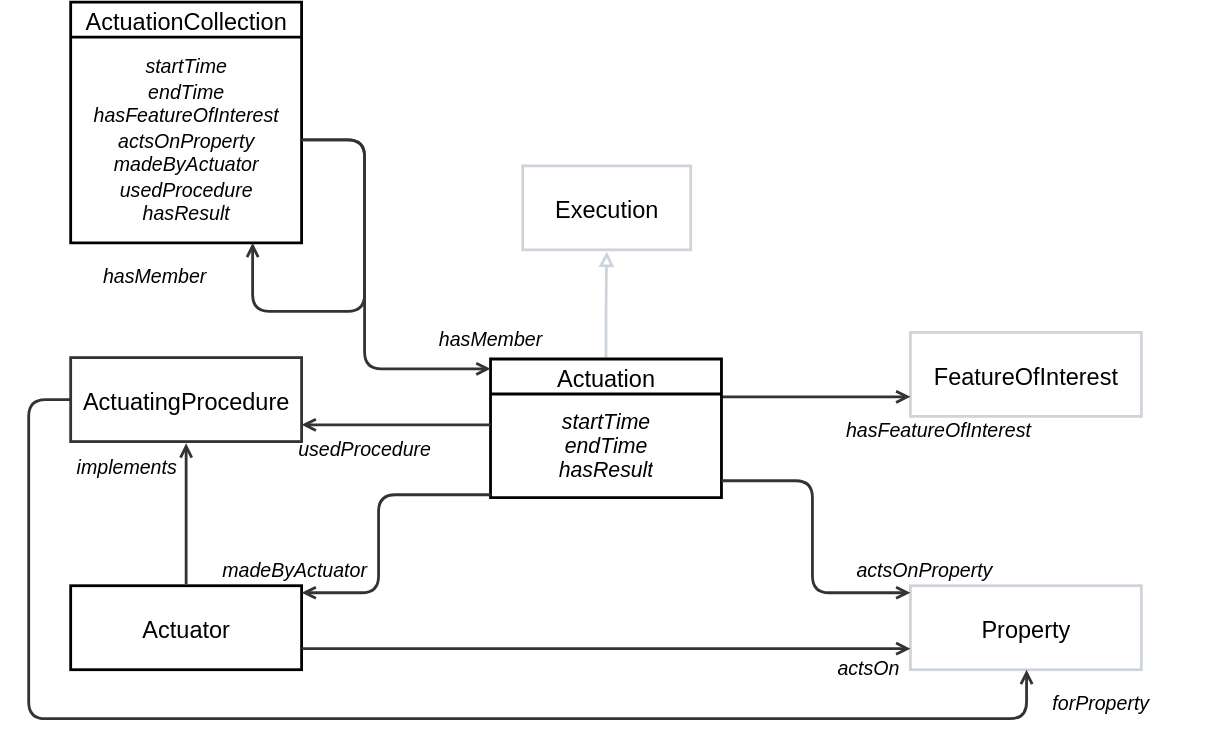
Before: ssn/images/Actuation.svg, a diagram exported from draw.io (afeliachi/sdw-sosa-ssn). Source tidied: cells renumbered, new cells last; positions are measured from the earlier drawing's top-left corner, leaving out a move shared by most shapes.
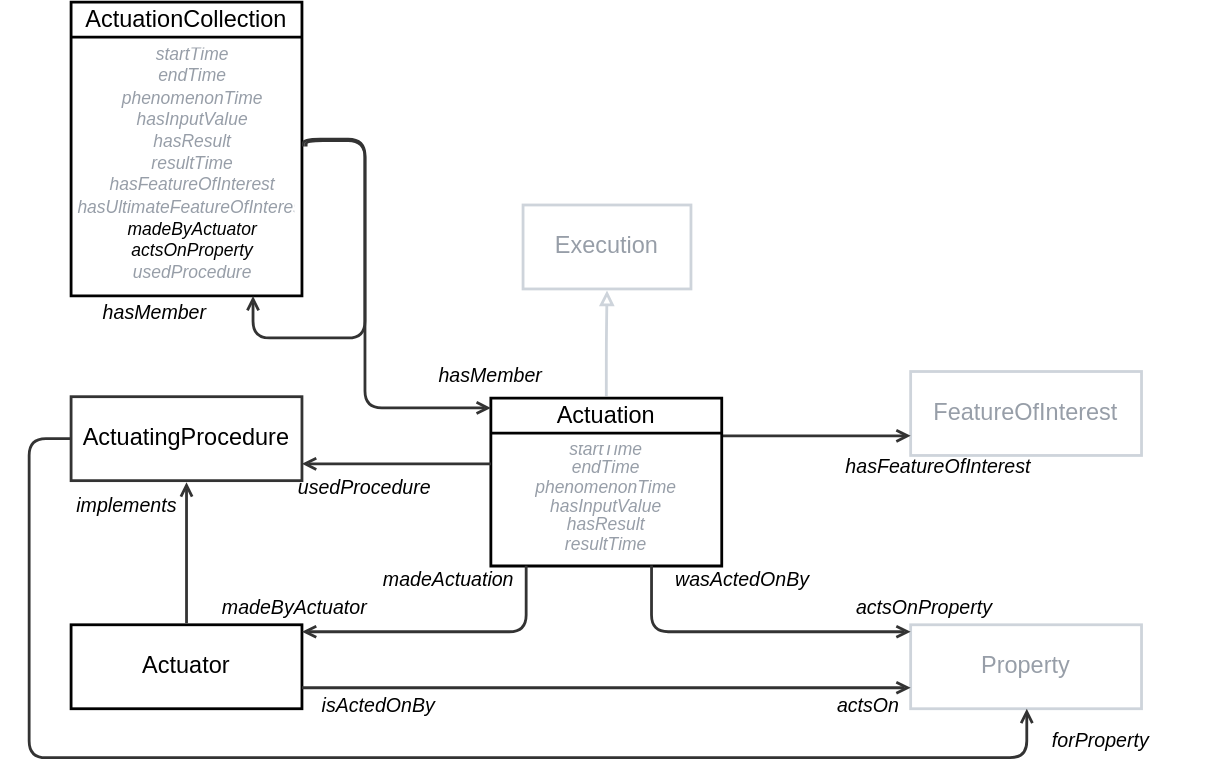
Above is the later version.

Commit message:
black/grey for defined inside/outside section, and  add missing properties

Diff of the diagram source:
```diff
@@ -5,7 +5,7 @@
     <mxCell id="2" style="html=1;jettySize=18;whiteSpace=wrap;fontSize=13;strokeColor=#ced4db;strokeOpacity=100;strokeWidth=2;rounded=1;arcSize=24;edgeStyle=orthogonalEdgeStyle;startArrow=none;exitX=0.5;exitY=-0.011;exitPerimeter=0;entryX=0.5;entryY=1.019;entryPerimeter=0;lucidId=aH7gLFh9nN79;endArrow=block;endFill=0;fontColor=default;convertToSvg=1;" parent="1" edge="1" source="7" target="17">
       <mxGeometry relative="1" as="geometry" />
     </mxCell>
-    <mxCell id="3" value="FeatureOfInterest" style="html=1;overflow=block;blockSpacing=1;whiteSpace=wrap;fontSize=16.8;fontColor=default;align=center;spacing=0;strokeColor=#ced4db;strokeOpacity=100;fillOpacity=100;fillColor=none;strokeWidth=2;convertToSvg=1;" parent="1" vertex="1">
+    <mxCell id="3" value="FeatureOfInterest" style="html=1;overflow=block;blockSpacing=1;whiteSpace=wrap;fontSize=16.8;fontColor=#979EA8;align=center;spacing=0;strokeColor=#ced4db;strokeOpacity=100;fillOpacity=100;fillColor=none;strokeWidth=2;convertToSvg=1;" parent="1" vertex="1">
       <mxGeometry x="650" y="236" width="165" height="60" as="geometry" />
     </mxCell>
     <mxCell id="4" value="ActuatingProcedure" style="html=1;overflow=block;blockSpacing=1;whiteSpace=wrap;fontSize=16.8;align=center;spacing=0;strokeColor=#333333;strokeOpacity=100;fillOpacity=100;fillColor=none;strokeWidth=2;fontColor=default;convertToSvg=1;" parent="1" vertex="1">
@@ -22,20 +22,19 @@
     <mxCell id="6" value="hasFeatureOfInterest" style="html=1;overflow=block;blockSpacing=1;whiteSpace=wrap;fontSize=14;fontStyle=2;align=center;spacing=0;strokeColor=none;strokeOpacity=100;fillOpacity=100;fillColor=none;strokeWidth=2;lucidId=o17gQQJ62XIS;fontColor=default;convertToSvg=1;" parent="1" vertex="1">
       <mxGeometry x="580" y="282" width="180" height="45" as="geometry" />
     </mxCell>
-    <mxCell id="7" value="Actuation" style="html=1;overflow=block;blockSpacing=1;swimlane;horizontal=1;fontStyle=0;swimlaneFillColor=none;startSize=25;whiteSpace=wrap;fontSize=16.8;align=center;spacing=0;strokeOpacity=100;fillColor=none;strokeWidth=2;fontColor=default;convertToSvg=1;" parent="1" vertex="1">
-      <mxGeometry x="350" y="255" width="165" height="99" as="geometry" />
+    <mxCell id="7" value="Actuation" style="html=1;overflow=block;blockSpacing=1;swimlane;horizontal=1;fontStyle=0;swimlaneFillColor=none;startSize=25;whiteSpace=wrap;fontSize=16.8;align=center;spacing=0;strokeOpacity=100;fillColor=none;strokeWidth=2;fontColor=default;convertToSvg=1;swimlaneLine=1;spacingTop=0;" parent="1" vertex="1">
+      <mxGeometry x="350" y="255" width="165" height="120" as="geometry" />
     </mxCell>
-    <mxCell id="8" value="&lt;div style=&quot;display: flex; justify-content: center; text-align: center; align-items: baseline; font-size: 0; line-height: 1.25;margin-top: -2px;&quot;&gt;&lt;span&gt;&lt;span style=&quot;font-size:15.2px;font-style: italic;&quot;&gt;startTime&#10;&lt;/span&gt;&lt;/span&gt;&lt;/div&gt;&lt;div style=&quot;display: flex; justify-content: center; text-align: center; align-items: baseline; font-size: 0; line-height: 1.25;margin-top: -2px;&quot;&gt;&lt;span&gt;&lt;span style=&quot;font-size:15.2px;font-style: italic;&quot;&gt;endTime&#10;&lt;/span&gt;&lt;/span&gt;&lt;/div&gt;&lt;div style=&quot;display: flex; justify-content: center; text-align: center; align-items: baseline; font-size: 0; line-height: 1.25;margin-top: -2px;&quot;&gt;&lt;span&gt;&lt;span style=&quot;font-size:15.2px;font-style: italic;&quot;&gt;hasResult&lt;/span&gt;&lt;/span&gt;&lt;/div&gt;" style="html=1;strokeColor=none;fillColor=none;verticalAlign=middle;spacingLeft=4;spacingRight=4;overflow=hidden;points=[[0,0.5],[1,0.5]];portConstraint=eastwest;swimlaneFillColor=none;strokeOpacity=100;whiteSpace=wrap;fontSize=15.2;fontStyle=2;align=center;strokeWidth=2;fontColor=default;convertToSvg=1;" parent="7" vertex="1">
-      <mxGeometry y="25" width="165" height="74" as="geometry" />
+    <mxCell id="8" value="&lt;div style=&quot;display: flex; justify-content: center; text-align: center; align-items: baseline; font-size: 0; line-height: 1.25;margin-top: -2px;&quot;&gt;&lt;span&gt;&lt;div style=&quot;border-color: var(--border-color); display: flex; justify-content: center; align-items: baseline; line-height: 1.25; margin-top: -2px; font-size: 12.5px;&quot;&gt;&lt;font style=&quot;border-color: var(--border-color);&quot;&gt;&lt;span style=&quot;background-color: initial; color: rgb(151, 158, 168);&quot;&gt;startTime&lt;/span&gt;&lt;/font&gt;&lt;/div&gt;&lt;div style=&quot;border-color: var(--border-color); display: flex; justify-content: center; align-items: baseline; line-height: 1.25; margin-top: -2px; font-size: 12.5px;&quot;&gt;&lt;font style=&quot;border-color: var(--border-color);&quot;&gt;&lt;font color=&quot;#979ea8&quot; style=&quot;border-color: var(--border-color);&quot;&gt;endTime&lt;/font&gt;&lt;/font&gt;&lt;/div&gt;&lt;div style=&quot;border-color: var(--border-color); display: flex; justify-content: center; align-items: baseline; line-height: 1.25; margin-top: -2px; font-size: 12.5px;&quot;&gt;&lt;font style=&quot;border-color: var(--border-color);&quot;&gt;&lt;font color=&quot;#979ea8&quot; style=&quot;border-color: var(--border-color);&quot;&gt;phenomenonTime&lt;/font&gt;&lt;/font&gt;&lt;/div&gt;&lt;div style=&quot;border-color: var(--border-color); display: flex; justify-content: center; align-items: baseline; line-height: 1.25; margin-top: -2px; font-size: 12.5px;&quot;&gt;&lt;font style=&quot;border-color: var(--border-color);&quot;&gt;&lt;font color=&quot;#979ea8&quot; style=&quot;border-color: var(--border-color);&quot;&gt;hasInputValue&lt;/font&gt;&lt;/font&gt;&lt;/div&gt;&lt;div style=&quot;border-color: var(--border-color); display: flex; justify-content: center; align-items: baseline; line-height: 1.25; margin-top: -2px; font-size: 12.5px;&quot;&gt;&lt;font style=&quot;border-color: var(--border-color);&quot;&gt;&lt;font color=&quot;#979ea8&quot; style=&quot;border-color: var(--border-color);&quot;&gt;hasResult&lt;/font&gt;&lt;/font&gt;&lt;/div&gt;&lt;div style=&quot;border-color: var(--border-color); display: flex; justify-content: center; align-items: baseline; line-height: 1.25; margin-top: -2px; font-size: 12.5px;&quot;&gt;&lt;font style=&quot;border-color: var(--border-color);&quot;&gt;&lt;font color=&quot;#979ea8&quot; style=&quot;border-color: var(--border-color);&quot;&gt;resultTime&lt;/font&gt;&lt;/font&gt;&lt;/div&gt;&lt;/span&gt;&lt;/div&gt;" style="html=1;strokeColor=none;fillColor=none;verticalAlign=middle;spacingLeft=4;spacingRight=4;overflow=hidden;points=[[0,0.5],[1,0.5]];portConstraint=eastwest;swimlaneFillColor=none;strokeOpacity=100;whiteSpace=wrap;fontSize=15.2;fontStyle=2;align=center;strokeWidth=2;fontColor=default;convertToSvg=1;" parent="7" vertex="1">
+      <mxGeometry y="25" width="165" height="95" as="geometry" />
     </mxCell>
     <mxCell id="9" value="Actuator" style="html=1;overflow=block;blockSpacing=1;whiteSpace=wrap;fontSize=16.8;align=center;spacing=0;strokeOpacity=100;fillColor=none;strokeWidth=2;swimlaneFillColor=none;fontColor=default;convertToSvg=1;" parent="1" vertex="1">
       <mxGeometry x="50" y="417" width="165" height="60" as="geometry" />
     </mxCell>
-    <mxCell id="10" style="html=1;jettySize=18;whiteSpace=wrap;fontSize=13;strokeColor=#333333;strokeOpacity=100;strokeWidth=2;rounded=1;arcSize=24;edgeStyle=orthogonalEdgeStyle;startArrow=none;endArrow=open;lucidId=pEnhoM4dJrAu;fontColor=default;convertToSvg=1;" parent="1" edge="1" source="8" target="9">
+    <mxCell id="10" style="html=1;jettySize=18;whiteSpace=wrap;fontSize=13;strokeColor=#333333;strokeOpacity=100;strokeWidth=2;rounded=1;arcSize=24;edgeStyle=orthogonalEdgeStyle;startArrow=none;endArrow=open;lucidId=pEnhoM4dJrAu;fontColor=default;convertToSvg=1;exitX=0.153;exitY=0.998;exitDx=0;exitDy=0;exitPerimeter=0;" parent="1" edge="1" source="8" target="9">
       <mxGeometry relative="1" as="geometry">
         <Array as="points">
-          <mxPoint x="270" y="352" />
-          <mxPoint x="270" y="422" />
+          <mxPoint x="375" y="422" />
         </Array>
       </mxGeometry>
     </mxCell>
@@ -53,42 +52,42 @@
     <mxCell id="13" value="usedProcedure" style="html=1;overflow=block;blockSpacing=1;whiteSpace=wrap;fontSize=14;fontStyle=2;align=center;spacing=0;strokeColor=none;strokeOpacity=100;fillOpacity=100;fillColor=none;strokeWidth=2;lucidId=pFnhXCzcV6r5;fontColor=default;convertToSvg=1;" parent="1" vertex="1">
       <mxGeometry x="170" y="296" width="180" height="45" as="geometry" />
     </mxCell>
-    <mxCell id="14" value="Property" style="html=1;overflow=block;blockSpacing=1;whiteSpace=wrap;fontSize=16.8;align=center;spacing=0;strokeColor=#ced4db;strokeOpacity=100;fillOpacity=100;fillColor=none;strokeWidth=2;fontColor=default;convertToSvg=1;" parent="1" vertex="1">
+    <mxCell id="14" value="Property" style="html=1;overflow=block;blockSpacing=1;whiteSpace=wrap;fontSize=16.8;align=center;spacing=0;strokeColor=#ced4db;strokeOpacity=100;fillOpacity=100;fillColor=none;strokeWidth=2;fontColor=#979EA8;convertToSvg=1;" parent="1" vertex="1">
       <mxGeometry x="650" y="417" width="165" height="60" as="geometry" />
     </mxCell>
-    <mxCell id="15" style="html=1;jettySize=18;whiteSpace=wrap;fontSize=13;strokeColor=#333333;strokeOpacity=100;strokeWidth=2;rounded=1;arcSize=24;edgeStyle=orthogonalEdgeStyle;startArrow=none;endArrow=open;lucidId=rHnhzhYCxNac;fontColor=default;convertToSvg=1;" parent="1" edge="1" source="8" target="14">
+    <mxCell id="15" style="html=1;jettySize=18;whiteSpace=wrap;fontSize=13;strokeColor=#333333;strokeOpacity=100;strokeWidth=2;rounded=1;arcSize=24;edgeStyle=orthogonalEdgeStyle;startArrow=none;endArrow=open;lucidId=rHnhzhYCxNac;fontColor=default;convertToSvg=1;exitX=0.696;exitY=0.997;exitDx=0;exitDy=0;exitPerimeter=0;" parent="1" edge="1" source="8" target="14">
       <mxGeometry relative="1" as="geometry">
         <Array as="points">
-          <mxPoint x="580" y="342" />
-          <mxPoint x="580" y="422" />
+          <mxPoint x="465" y="422" />
         </Array>
       </mxGeometry>
     </mxCell>
     <mxCell id="16" value="actsOnProperty" style="html=1;overflow=block;blockSpacing=1;whiteSpace=wrap;fontSize=14;fontColor=default;fontStyle=2;align=center;spacing=0;strokeColor=none;strokeOpacity=100;fillOpacity=100;fillColor=none;strokeWidth=2;lucidId=uHnhI1piTKAt;convertToSvg=1;" parent="1" vertex="1">
       <mxGeometry x="570" y="382" width="180" height="45" as="geometry" />
     </mxCell>
-    <mxCell id="17" value="Execution" style="html=1;overflow=block;blockSpacing=1;whiteSpace=wrap;fontSize=16.8;align=center;spacing=0;strokeColor=#ced4db;strokeOpacity=100;fillOpacity=100;fillColor=none;strokeWidth=2;fontColor=default;convertToSvg=1;" parent="1" vertex="1">
+    <mxCell id="17" value="Execution" style="html=1;overflow=block;blockSpacing=1;whiteSpace=wrap;fontSize=16.8;align=center;spacing=0;strokeColor=#ced4db;strokeOpacity=100;fillOpacity=100;fillColor=none;strokeWidth=2;fontColor=#979EA8;convertToSvg=1;" parent="1" vertex="1">
       <mxGeometry x="373" y="117" width="120" height="60" as="geometry" />
     </mxCell>
     <mxCell id="18" value="ActuationCollection" style="html=1;overflow=block;blockSpacing=1;swimlane;horizontal=1;fontStyle=0;swimlaneFillColor=none;startSize=25;whiteSpace=wrap;fontSize=16.8;align=center;spacing=0;strokeOpacity=100;fillColor=none;strokeWidth=2;fontColor=default;convertToSvg=1;" parent="1" vertex="1">
-      <mxGeometry x="50" width="165" height="172" as="geometry" />
+      <mxGeometry x="50" y="-28" width="165" height="210" as="geometry" />
     </mxCell>
-    <mxCell id="19" value="&lt;div style=&quot;display: flex; justify-content: center; text-align: center; align-items: baseline; line-height: 1.25; margin-top: -2px;&quot;&gt;&lt;span style=&quot;font-style: italic;&quot;&gt;&lt;font style=&quot;font-size: 14px;&quot;&gt;startTime&lt;br&gt;&lt;/font&gt;&lt;/span&gt;&lt;/div&gt;&lt;div style=&quot;display: flex; justify-content: center; text-align: center; align-items: baseline; line-height: 1.25; margin-top: -2px;&quot;&gt;&lt;span&gt;&lt;span style=&quot;font-style: italic;&quot;&gt;&lt;font style=&quot;font-size: 14px;&quot;&gt;endTime&lt;br&gt;&lt;/font&gt;&lt;/span&gt;&lt;/span&gt;&lt;/div&gt;&lt;div style=&quot;display: flex; justify-content: center; text-align: center; align-items: baseline; line-height: 1.25; margin-top: -2px;&quot;&gt;&lt;span&gt;&lt;span style=&quot;font-style: italic;&quot;&gt;&lt;font style=&quot;font-size: 14px;&quot;&gt;hasFeatureOfInterest&lt;br&gt;&lt;/font&gt;&lt;/span&gt;&lt;/span&gt;&lt;/div&gt;&lt;div style=&quot;display: flex; justify-content: center; text-align: center; align-items: baseline; line-height: 1.25; margin-top: -2px;&quot;&gt;&lt;span&gt;&lt;span style=&quot;font-style: italic;&quot;&gt;&lt;font style=&quot;font-size: 14px;&quot;&gt;actsOnProperty&lt;br&gt;&lt;/font&gt;&lt;/span&gt;&lt;/span&gt;&lt;/div&gt;&lt;div style=&quot;display: flex; justify-content: center; text-align: center; align-items: baseline; line-height: 1.25; margin-top: -2px;&quot;&gt;&lt;span&gt;&lt;span style=&quot;font-style: italic;&quot;&gt;&lt;font style=&quot;font-size: 14px;&quot;&gt;madeByActuator&lt;br&gt;&lt;/font&gt;&lt;/span&gt;&lt;/span&gt;&lt;/div&gt;&lt;div style=&quot;display: flex; justify-content: center; text-align: center; align-items: baseline; line-height: 1.25; margin-top: -2px;&quot;&gt;&lt;span&gt;&lt;span style=&quot;font-style: italic;&quot;&gt;&lt;font style=&quot;font-size: 14px;&quot;&gt;usedProcedure&lt;br&gt;&lt;/font&gt;&lt;/span&gt;&lt;/span&gt;&lt;/div&gt;&lt;div style=&quot;display: flex; justify-content: center; text-align: center; align-items: baseline; line-height: 1.25; margin-top: -2px;&quot;&gt;&lt;span style=&quot;font-style: italic;&quot;&gt;&lt;font style=&quot;font-size: 14px;&quot;&gt;hasResult&lt;/font&gt;&lt;/span&gt;&lt;/div&gt;" style="html=1;strokeColor=none;fillColor=none;verticalAlign=middle;spacingLeft=4;spacingRight=4;overflow=hidden;points=[[0,0.5],[1,0.5]];portConstraint=eastwest;swimlaneFillColor=#unset;strokeOpacity=100;whiteSpace=wrap;fontSize=15.2;fontStyle=2;align=center;fontColor=default;convertToSvg=1;strokeWidth=2;" parent="18" vertex="1">
-      <mxGeometry y="25" width="165" height="147" as="geometry" />
+    <mxCell id="19" value="&lt;div style=&quot;display: flex; justify-content: center; text-align: center; align-items: baseline; line-height: 1.25; margin-top: -2px; font-size: 12.5px;&quot;&gt;&lt;span style=&quot;font-style: italic;&quot;&gt;&lt;font color=&quot;#979ea8&quot;&gt;startTime&lt;br style=&quot;border-color: var(--border-color); padding: 0px; margin: 0px;&quot;&gt;&lt;span style=&quot;&quot;&gt;endTime&lt;/span&gt;&lt;br style=&quot;border-color: var(--border-color); padding: 0px; margin: 0px;&quot;&gt;&lt;span style=&quot;&quot;&gt;phenomenonTime&lt;/span&gt;&lt;br style=&quot;border-color: var(--border-color); padding: 0px; margin: 0px;&quot;&gt;&lt;span style=&quot;&quot;&gt;hasInputValue&lt;/span&gt;&lt;br style=&quot;border-color: var(--border-color); padding: 0px; margin: 0px;&quot;&gt;&lt;span style=&quot;&quot;&gt;hasResult&lt;/span&gt;&lt;br style=&quot;border-color: var(--border-color); padding: 0px; margin: 0px;&quot;&gt;&lt;span style=&quot;&quot;&gt;resultTime&lt;/span&gt;&lt;br style=&quot;border-color: var(--border-color); padding: 0px; margin: 0px;&quot;&gt;&lt;span style=&quot;&quot;&gt;hasFeatureOfInterest&lt;/span&gt;&lt;br style=&quot;border-color: var(--border-color); padding: 0px; margin: 0px;&quot;&gt;&lt;span style=&quot;&quot;&gt;hasUltimateFeatureOfInterest&lt;/span&gt;&lt;/font&gt;&lt;br style=&quot;border-color: var(--border-color); padding: 0px; margin: 0px;&quot;&gt;&lt;span style=&quot;&quot;&gt;madeByActuator&lt;br&gt;&lt;/span&gt;&lt;span style=&quot;background-color: initial;&quot;&gt;actsOnProperty&lt;br&gt;&lt;/span&gt;&lt;span style=&quot;color: rgb(151, 158, 168); background-color: initial;&quot;&gt;usedProcedure&lt;/span&gt;&lt;span style=&quot;background-color: initial;&quot;&gt;&lt;br&gt;&lt;/span&gt;&lt;/span&gt;&lt;/div&gt;" style="html=1;strokeColor=none;fillColor=none;verticalAlign=middle;spacingLeft=4;spacingRight=4;overflow=hidden;points=[[0,0.5],[1,0.5]];portConstraint=eastwest;swimlaneFillColor=#unset;strokeOpacity=100;whiteSpace=wrap;fontSize=15.2;fontStyle=2;align=center;fontColor=default;convertToSvg=1;strokeWidth=2;" parent="18" vertex="1">
+      <mxGeometry y="25" width="165" height="185" as="geometry" />
     </mxCell>
-    <mxCell id="20" style="html=1;jettySize=18;whiteSpace=wrap;fontSize=13;strokeColor=#333333;strokeOpacity=100;strokeWidth=2;rounded=1;arcSize=24;edgeStyle=orthogonalEdgeStyle;startArrow=none;endArrow=open;lucidId=ALwipC~8kTPe;fontColor=default;convertToSvg=1;" parent="18" edge="1" source="19" target="19">
+    <mxCell id="20" style="html=1;jettySize=18;whiteSpace=wrap;fontSize=13;strokeColor=#333333;strokeOpacity=100;strokeWidth=2;rounded=1;arcSize=24;edgeStyle=orthogonalEdgeStyle;startArrow=none;endArrow=open;lucidId=ALwipC~8kTPe;fontColor=default;convertToSvg=1;exitX=1.006;exitY=0.423;exitDx=0;exitDy=0;exitPerimeter=0;" parent="18" edge="1" source="19" target="19">
       <mxGeometry relative="1" as="geometry">
         <Array as="points">
+          <mxPoint x="166" y="98" />
           <mxPoint x="210" y="98" />
-          <mxPoint x="210" y="221" />
-          <mxPoint x="130" y="221" />
+          <mxPoint x="210" y="240" />
+          <mxPoint x="130" y="240" />
         </Array>
       </mxGeometry>
     </mxCell>
-    <mxCell id="21" style="html=1;jettySize=18;whiteSpace=wrap;fontSize=13;strokeColor=#333333;strokeOpacity=100;strokeWidth=2;rounded=1;arcSize=24;edgeStyle=orthogonalEdgeStyle;startArrow=none;endArrow=open;lucidId=ALwiGDo5XlC9;fontColor=default;convertToSvg=1;" parent="1" edge="1" source="19" target="7">
+    <mxCell id="21" style="html=1;jettySize=18;whiteSpace=wrap;fontSize=13;strokeColor=#333333;strokeOpacity=100;strokeWidth=2;rounded=1;arcSize=24;edgeStyle=orthogonalEdgeStyle;startArrow=none;endArrow=open;lucidId=ALwiGDo5XlC9;fontColor=default;convertToSvg=1;exitX=1.018;exitY=0.423;exitDx=0;exitDy=0;exitPerimeter=0;" parent="1" edge="1" source="19" target="7">
       <mxGeometry relative="1" as="geometry">
         <Array as="points">
-          <mxPoint x="260" y="99" />
+          <mxPoint x="260" y="71" />
           <mxPoint x="260" y="262" />
         </Array>
       </mxGeometry>
@@ -128,5 +127,14 @@
     <mxCell id="29" value="implements" style="html=1;overflow=block;blockSpacing=1;whiteSpace=wrap;fontSize=14;fontStyle=2;align=center;spacing=0;strokeColor=none;strokeOpacity=100;fillOpacity=100;fillColor=none;strokeWidth=2;lucidId=7eglzx6er3On;fontColor=default;convertToSvg=1;" parent="1" vertex="1">
       <mxGeometry y="309" width="180" height="45" as="geometry" />
     </mxCell>
+    <mxCell id="30" value="madeActuation" style="html=1;overflow=block;blockSpacing=1;whiteSpace=wrap;fontSize=14;fontColor=default;fontStyle=2;align=center;spacing=0;strokeColor=none;strokeOpacity=100;fillOpacity=100;fillColor=none;strokeWidth=2;lucidId=REnh4P5LXUKC;convertToSvg=1;" parent="1" vertex="1">
+      <mxGeometry x="230" y="362" width="180" height="45" as="geometry" />
+    </mxCell>
+    <mxCell id="31" value="wasActedOnBy" style="html=1;overflow=block;blockSpacing=1;whiteSpace=wrap;fontSize=14;fontColor=default;fontStyle=2;align=center;spacing=0;strokeColor=none;strokeOpacity=100;fillOpacity=100;fillColor=none;strokeWidth=2;lucidId=REnh4P5LXUKC;convertToSvg=1;" parent="1" vertex="1">
+      <mxGeometry x="440" y="362" width="180" height="45" as="geometry" />
+    </mxCell>
+    <mxCell id="32" value="isActedOnBy" style="html=1;overflow=block;blockSpacing=1;whiteSpace=wrap;fontSize=14;fontColor=default;fontStyle=2;align=center;spacing=0;strokeColor=none;strokeOpacity=100;fillOpacity=100;fillColor=none;strokeWidth=2;lucidId=REnh4P5LXUKC;convertToSvg=1;" parent="1" vertex="1">
+      <mxGeometry x="180" y="452" width="180" height="45" as="geometry" />
+    </mxCell>
   </root>
 </mxGraphModel>
```
